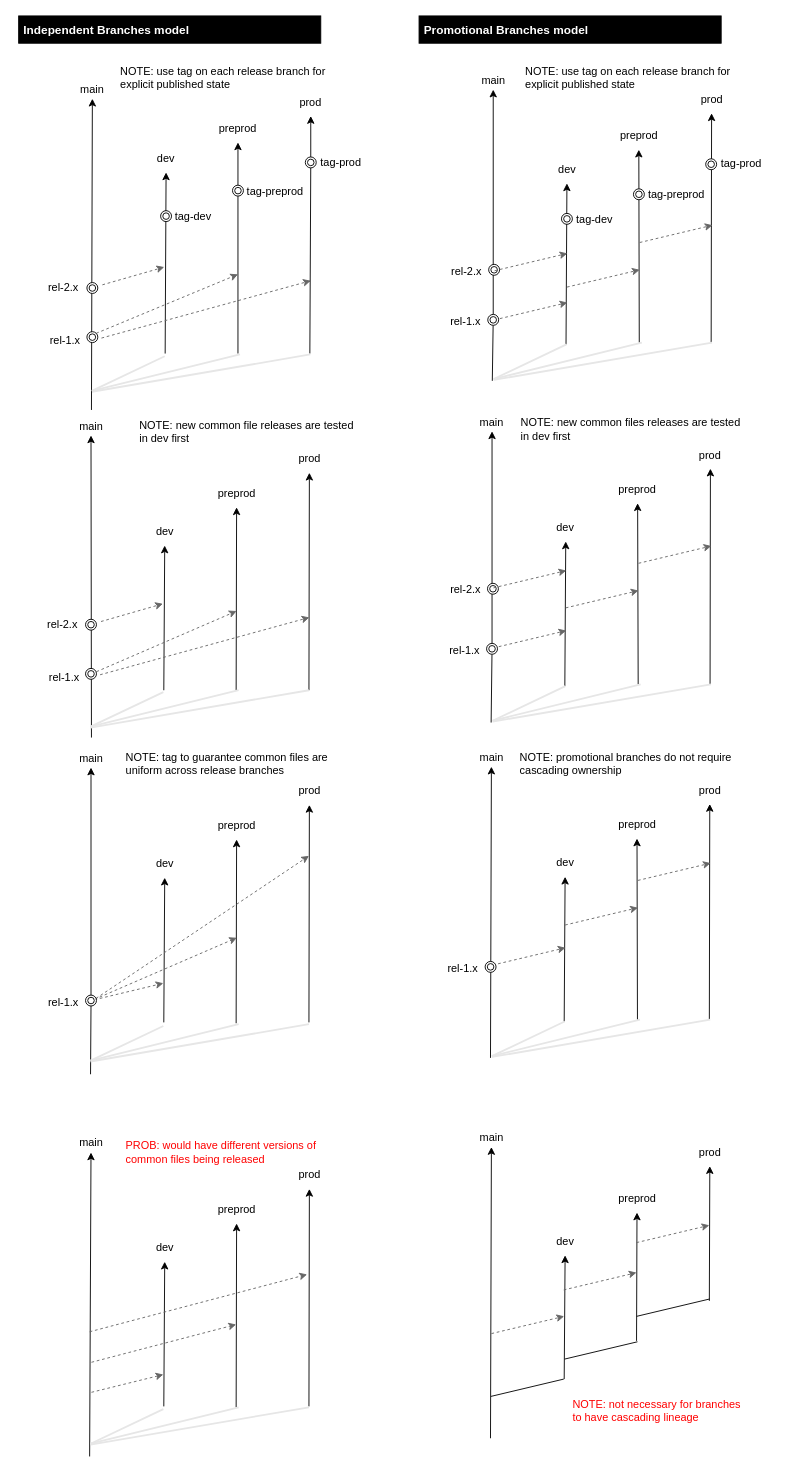
The draw.io diagram git/git-branch-tag-models.drawio in fabianlee/blogcode, before the edit. Source tidied: cells renumbered, new cells numbered last; positions are measured from the earlier drawing's top-left corner, leaving out a move shared by most shapes. Both pictures are drawn from the tidied source at 91%, with x=0, y=0 at pixel (15, 15).
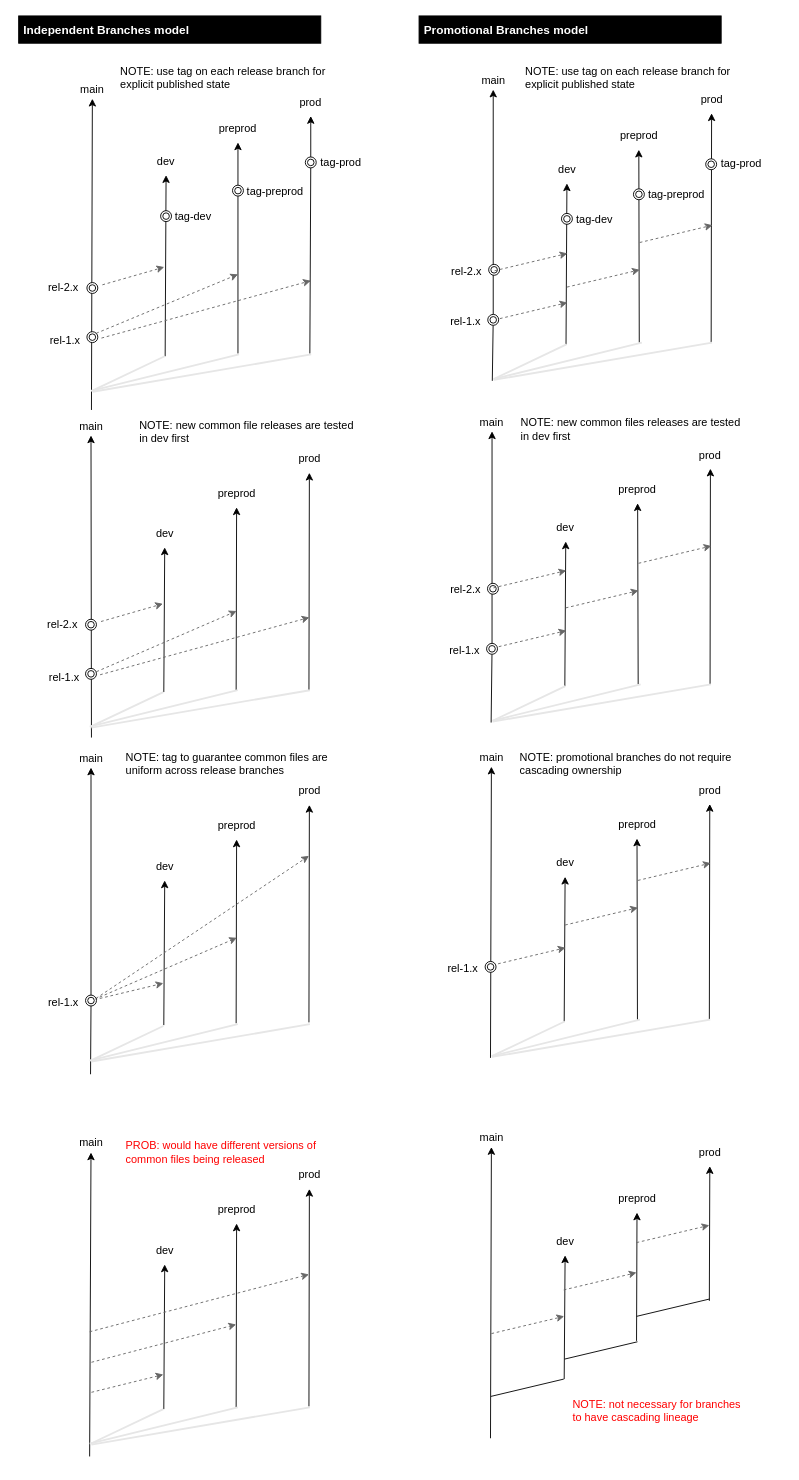
Above is the later version.

The edit, as a diff of the source:
```diff
@@
     <mxCell id="3" style="endArrow=classic;html=1;rounded=0;entryX=0.5;entryY=1;entryDx=0;entryDy=0;" parent="1" edge="1" target="7">
       <mxGeometry relative="1" as="geometry">
-        <mxPoint x="165" y="371" as="sourcePoint" />
+        <mxPoint x="165" y="374" as="sourcePoint" />
       </mxGeometry>
     </mxCell>
@@
     <mxCell id="7" value="dev" style="text;strokeColor=none;align=center;fillColor=none;html=1;verticalAlign=middle;whiteSpace=wrap;rounded=0;" parent="1" vertex="1">
-      <mxGeometry x="136" y="142" width="60" height="30" as="geometry" />
+      <mxGeometry x="136" y="145" width="60" height="30" as="geometry" />
     </mxCell>
@@
     <mxCell id="28" style="endArrow=classic;html=1;rounded=0;entryX=0.5;entryY=1;entryDx=0;entryDy=0;" parent="1" edge="1" target="32">
       <mxGeometry relative="1" as="geometry">
-        <mxPoint x="163.5" y="1106" as="sourcePoint" />
+        <mxPoint x="163.5" y="1109" as="sourcePoint" />
       </mxGeometry>
     </mxCell>
@@
     <mxCell id="32" value="dev" style="text;strokeColor=none;align=center;fillColor=none;html=1;verticalAlign=middle;whiteSpace=wrap;rounded=0;" parent="1" vertex="1">
-      <mxGeometry x="134.5" y="917" width="60" height="30" as="geometry" />
+      <mxGeometry x="134.5" y="920" width="60" height="30" as="geometry" />
     </mxCell>
@@
     <mxCell id="42" style="endArrow=classic;html=1;rounded=0;entryX=0.5;entryY=1;entryDx=0;entryDy=0;" parent="1" edge="1" target="46">
       <mxGeometry relative="1" as="geometry">
-        <mxPoint x="163.5" y="741" as="sourcePoint" />
+        <mxPoint x="163.5" y="743" as="sourcePoint" />
       </mxGeometry>
     </mxCell>
@@
     <mxCell id="46" value="dev" style="text;strokeColor=none;align=center;fillColor=none;html=1;verticalAlign=middle;whiteSpace=wrap;rounded=0;" parent="1" vertex="1">
-      <mxGeometry x="134.5" y="552" width="60" height="30" as="geometry" />
+      <mxGeometry x="134.5" y="554" width="60" height="30" as="geometry" />
     </mxCell>
@@
-    <mxCell id="68" style="endArrow=classic;html=1;rounded=0;entryX=0.5;entryY=1;entryDx=0;entryDy=0;" parent="1" edge="1" target="72">
+    <mxCell id="68" style="endArrow=classic;html=1;rounded=0;entryX=0.5;entryY=1;entryDx=0;entryDy=0;" parent="1" edge="1">
       <mxGeometry relative="1" as="geometry">
-        <mxPoint x="163.5" y="1528" as="sourcePoint" />
+        <mxPoint x="163.5" y="1531" as="sourcePoint" />
+        <mxPoint x="164.5" y="1372" as="targetPoint" />
       </mxGeometry>
     </mxCell>
@@
     <mxCell id="72" value="dev" style="text;strokeColor=none;align=center;fillColor=none;html=1;verticalAlign=middle;whiteSpace=wrap;rounded=0;" parent="1" vertex="1">
-      <mxGeometry x="134.5" y="1339" width="60" height="30" as="geometry" />
+      <mxGeometry x="134.5" y="1342" width="60" height="30" as="geometry" />
     </mxCell>
@@
     <mxCell id="75" style="endArrow=classic;html=1;rounded=0;exitX=1;exitY=0.5;exitDx=0;exitDy=0;dashed=1;fillColor=#f5f5f5;strokeColor=#666666;" parent="1" edge="1">
       <mxGeometry relative="1" as="geometry">
         <mxPoint x="82" y="1446" as="sourcePoint" />
-        <mxPoint x="321" y="1383" as="targetPoint" />
+        <mxPoint x="323" y="1383" as="targetPoint" />
       </mxGeometry>
     </mxCell>
@@
     <mxCell id="152" style="endArrow=none;html=1;strokeWidth=2;rounded=0;fontColor=#000000;startSize=6;strokeColor=#E6E6E6;" parent="1" edge="1">
       <mxGeometry relative="1" as="geometry">
-        <mxPoint x="83" y="1569" as="sourcePoint" />
-        <mxPoint x="245.8" y="1529" as="targetPoint" />
+        <mxPoint x="82" y="1569" as="sourcePoint" />
+        <mxPoint x="244.8" y="1529" as="targetPoint" />
       </mxGeometry>
     </mxCell>
     <mxCell id="153" style="endArrow=none;html=1;strokeWidth=2;rounded=0;fontColor=#000000;startSize=6;strokeColor=#E6E6E6;" parent="1" edge="1">
       <mxGeometry relative="1" as="geometry">
-        <mxPoint x="83" y="1570" as="sourcePoint" />
-        <mxPoint x="323" y="1529" as="targetPoint" />
+        <mxPoint x="84" y="1570" as="sourcePoint" />
+        <mxPoint x="324" y="1529" as="targetPoint" />
       </mxGeometry>
     </mxCell>
@@
     <mxCell id="155" style="endArrow=none;html=1;strokeWidth=2;rounded=0;fontColor=#000000;startSize=6;strokeColor=#E6E6E6;" parent="1" edge="1">
       <mxGeometry relative="1" as="geometry">
-        <mxPoint x="83" y="1148" as="sourcePoint" />
-        <mxPoint x="245.8" y="1108" as="targetPoint" />
+        <mxPoint x="82" y="1148" as="sourcePoint" />
+        <mxPoint x="244.8" y="1108" as="targetPoint" />
       </mxGeometry>
     </mxCell>
     <mxCell id="156" style="endArrow=none;html=1;strokeWidth=2;rounded=0;fontColor=#000000;startSize=6;strokeColor=#E6E6E6;" parent="1" edge="1">
       <mxGeometry relative="1" as="geometry">
-        <mxPoint x="83" y="1149" as="sourcePoint" />
-        <mxPoint x="323" y="1108" as="targetPoint" />
+        <mxPoint x="84" y="1149" as="sourcePoint" />
+        <mxPoint x="324" y="1108" as="targetPoint" />
       </mxGeometry>
     </mxCell>
@@
     <mxCell id="158" style="endArrow=none;html=1;strokeWidth=2;rounded=0;fontColor=#000000;startSize=6;strokeColor=#E6E6E6;" parent="1" edge="1">
       <mxGeometry relative="1" as="geometry">
-        <mxPoint x="83" y="781" as="sourcePoint" />
-        <mxPoint x="245.8" y="741" as="targetPoint" />
+        <mxPoint x="82" y="781" as="sourcePoint" />
+        <mxPoint x="244.8" y="741" as="targetPoint" />
       </mxGeometry>
     </mxCell>
     <mxCell id="159" style="endArrow=none;html=1;strokeWidth=2;rounded=0;fontColor=#000000;startSize=6;strokeColor=#E6E6E6;" parent="1" edge="1">
       <mxGeometry relative="1" as="geometry">
-        <mxPoint x="83" y="782" as="sourcePoint" />
-        <mxPoint x="323" y="741" as="targetPoint" />
+        <mxPoint x="84" y="782" as="sourcePoint" />
+        <mxPoint x="324" y="741" as="targetPoint" />
       </mxGeometry>
     </mxCell>
@@
     <mxCell id="161" style="endArrow=none;html=1;strokeWidth=2;rounded=0;fontColor=#000000;startSize=6;strokeColor=#E6E6E6;" parent="1" edge="1">
       <mxGeometry relative="1" as="geometry">
-        <mxPoint x="84.5" y="412" as="sourcePoint" />
-        <mxPoint x="247.2" y="372" as="targetPoint" />
+        <mxPoint x="83.5" y="412" as="sourcePoint" />
+        <mxPoint x="246.2" y="372" as="targetPoint" />
       </mxGeometry>
     </mxCell>
     <mxCell id="162" style="endArrow=none;html=1;strokeWidth=2;rounded=0;fontColor=#000000;startSize=6;strokeColor=#E6E6E6;" parent="1" edge="1">
       <mxGeometry relative="1" as="geometry">
-        <mxPoint x="84.5" y="413" as="sourcePoint" />
-        <mxPoint x="324.5" y="372" as="targetPoint" />
+        <mxPoint x="85.5" y="413" as="sourcePoint" />
+        <mxPoint x="325.5" y="372" as="targetPoint" />
       </mxGeometry>
     </mxCell>
```
